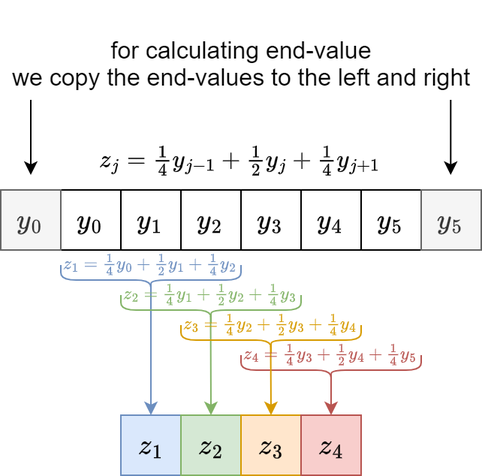
Above: img-resources/hanning.png in LugoBlogger/ST-201-415-introduction-to-data-science (draw.io), before the change. Source tidied: cells renumbered, new cells last; positions are measured from the earlier drawing's top-left corner, leaving out a move shared by most shapes.
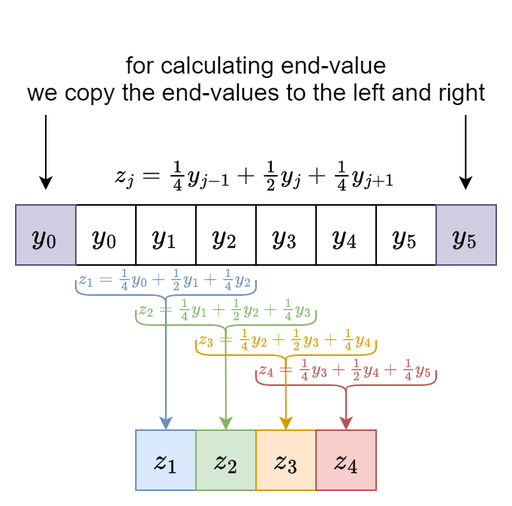
Later version of the same file.

Change to the diagram source:
```diff
@@ -75,10 +75,10 @@
     <mxCell id="24" value="\(&lt;br style=&quot;font-size: 14px;&quot;&gt;&amp;nbsp; z_j = \frac{1}{4} y_{j-1} + \frac{1}{2} y_j + \frac{1}{4} y_{j+1}&lt;br style=&quot;font-size: 14px;&quot;&gt;\)" style="text;html=1;align=center;verticalAlign=middle;whiteSpace=wrap;rounded=0;fontSize=14;fontColor=#000000;" parent="1" vertex="1">
       <mxGeometry x="100" y="70" width="120" height="20" as="geometry" />
     </mxCell>
-    <mxCell id="25" value="&lt;font style=&quot;font-size: 16px;&quot;&gt;\(y_0\)&lt;/font&gt;" style="rounded=0;whiteSpace=wrap;html=1;fillColor=#f5f5f5;fontColor=#333333;strokeColor=#666666;" parent="1" vertex="1">
+    <mxCell id="25" value="&lt;font style=&quot;font-size: 16px;&quot;&gt;\(y_0\)&lt;/font&gt;" style="rounded=0;whiteSpace=wrap;html=1;fillColor=#d0cee2;strokeColor=#56517e;" parent="1" vertex="1">
       <mxGeometry y="100" width="40" height="40" as="geometry" />
     </mxCell>
-    <mxCell id="26" value="&lt;font style=&quot;font-size: 16px;&quot;&gt;\(y_5\)&lt;/font&gt;" style="rounded=0;whiteSpace=wrap;html=1;fillColor=#f5f5f5;fontColor=#333333;strokeColor=#666666;" parent="1" vertex="1">
+    <mxCell id="26" value="&lt;font style=&quot;font-size: 16px;&quot;&gt;\(y_5\)&lt;/font&gt;" style="rounded=0;whiteSpace=wrap;html=1;fillColor=#d0cee2;strokeColor=#56517e;" parent="1" vertex="1">
       <mxGeometry x="280" y="100" width="40" height="40" as="geometry" />
     </mxCell>
     <mxCell id="27" style="endArrow=classic;html=1;rounded=0;" parent="1" edge="1">
```
